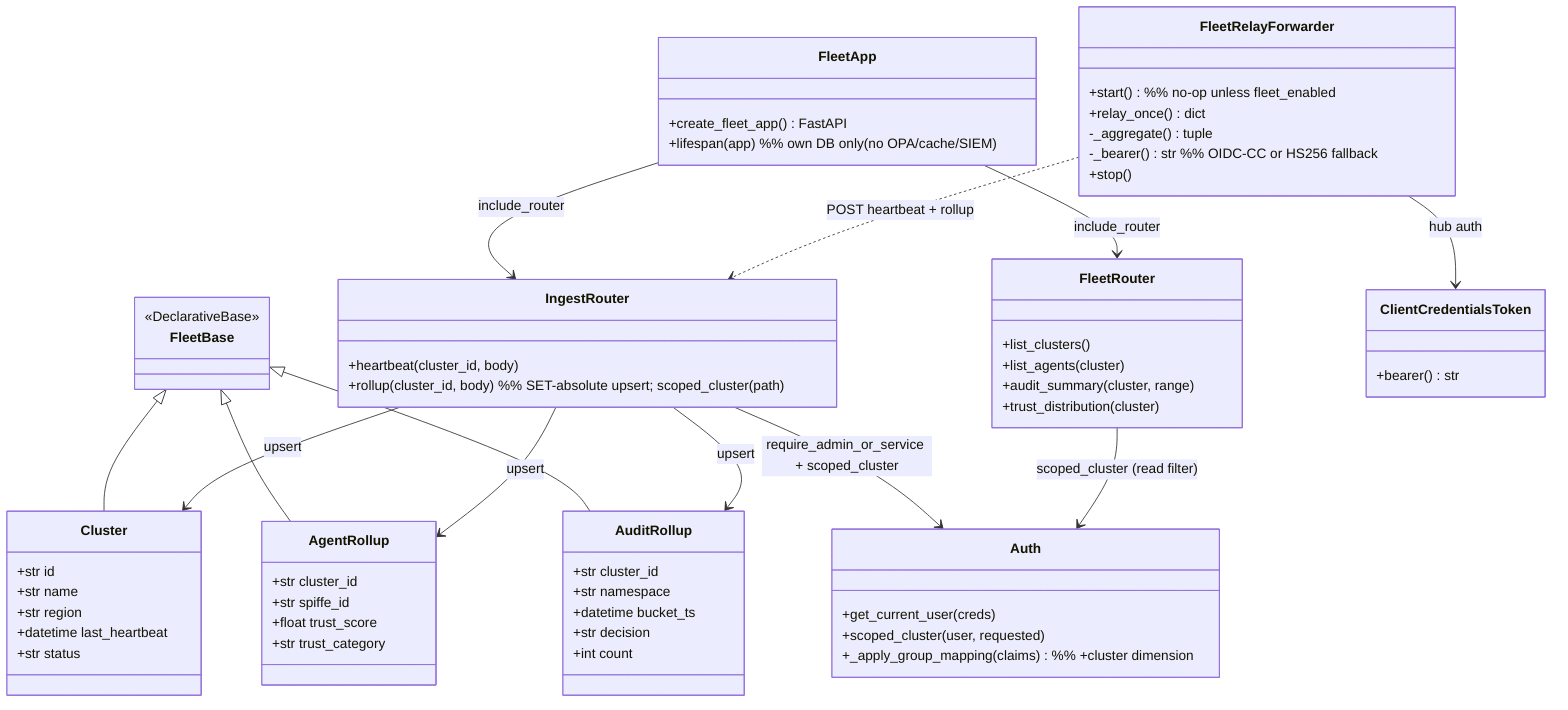
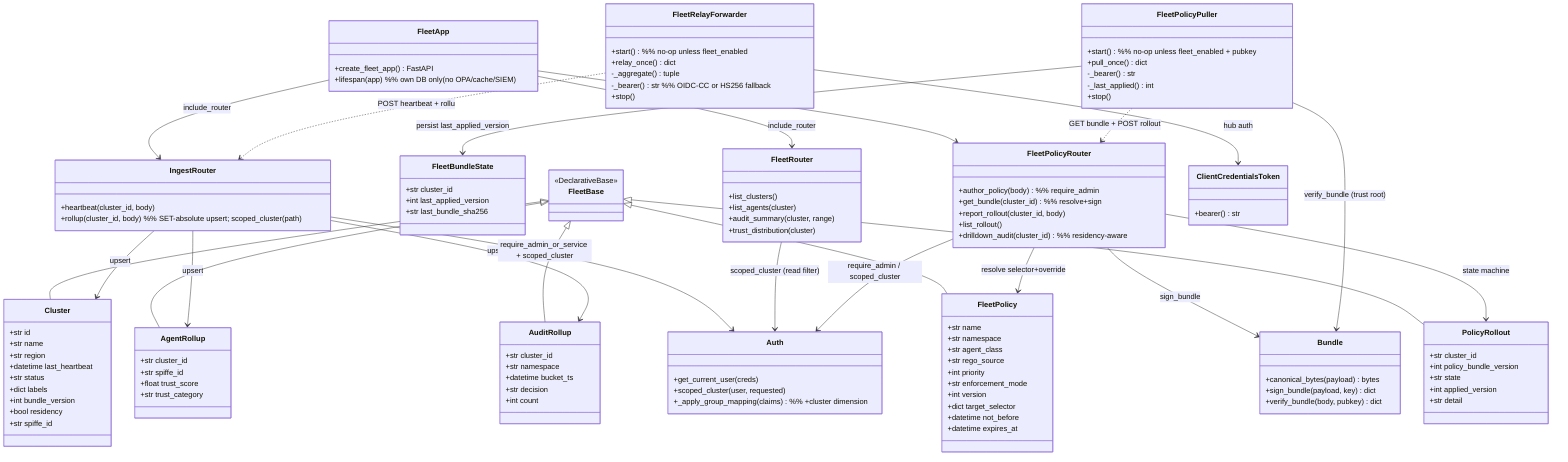
%% SPDX-License-Identifier: Apache-2.0
%% Copyright 2026 Norviq Contributors
%% F045 multi-cluster fleet (P1 read-only). Hub fleet-api over a SEPARATE FleetBase store; each spoke
%% runs an in-process relay that pushes agent+audit rollups. Fleet OFF by default -> single-cluster unaffected.
classDiagram
    class FleetApp {
        +create_fleet_app() FastAPI
        +lifespan(app)  %% own DB only (no OPA/cache/SIEM)
    }
    class FleetBase {
        <<DeclarativeBase>>
    }
    class Cluster {
        +str id
        +str name
        +str region
        +datetime last_heartbeat
        +str status
+         +dict labels
+         +int bundle_version
+         +bool residency
+         +str spiffe_id
+     }
+     class FleetPolicy {
+         +str name
+         +str namespace
+         +str agent_class
+         +str rego_source
+         +int priority
+         +str enforcement_mode
+         +int version
+         +dict target_selector
+         +datetime not_before
+         +datetime expires_at
+     }
+     class PolicyRollout {
+         +str cluster_id
+         +int policy_bundle_version
+         +str state
+         +int applied_version
+         +str detail
+     }
+     class FleetBundleState {
+         +str cluster_id
+         +int last_applied_version
+         +str last_bundle_sha256
+         %% spoke-side Base (not FleetBase)
+     }
+     class Bundle {
+         +canonical_bytes(payload) bytes
+         +sign_bundle(payload, key) dict
+         +verify_bundle(body, pubkey) dict
+     }
+     class FleetPolicyRouter {
+         +author_policy(body)  %% require_admin
+         +get_bundle(cluster_id)  %% resolve+sign
+         +report_rollout(cluster_id, body)
+         +list_rollout()
+         +drilldown_audit(cluster_id)  %% residency-aware
+     }
+     class FleetPolicyPuller {
+         +start()  %% no-op unless fleet_enabled + pubkey
+         +pull_once() dict
+         -_bearer() str
+         -_last_applied() int
+         +stop()
    }
    class AgentRollup {
        +str cluster_id
        +str spiffe_id
        +float trust_score
        +str trust_category
    }
    class AuditRollup {
        +str cluster_id
        +str namespace
        +datetime bucket_ts
        +str decision
        +int count
    }
    class IngestRouter {
        +heartbeat(cluster_id, body)
        +rollup(cluster_id, body)  %% SET-absolute upsert; scoped_cluster(path)
    }
    class FleetRouter {
        +list_clusters()
        +list_agents(cluster)
        +audit_summary(cluster, range)
        +trust_distribution(cluster)
    }
    class FleetRelayForwarder {
        +start()  %% no-op unless fleet_enabled
        +relay_once() dict
        -_aggregate() tuple
        -_bearer() str  %% OIDC-CC or HS256 fallback
        +stop()
    }
    class ClientCredentialsToken {
        +bearer() str
    }
    class Auth {
        +get_current_user(creds)
        +scoped_cluster(user, requested)
        +_apply_group_mapping(claims)  %% +cluster dimension
    }

    FleetApp --> IngestRouter : include_router
    FleetApp --> FleetRouter : include_router
    FleetBase <|-- Cluster
    FleetBase <|-- AgentRollup
    FleetBase <|-- AuditRollup
    IngestRouter --> Cluster : upsert
    IngestRouter --> AgentRollup : upsert
    IngestRouter --> AuditRollup : upsert
    IngestRouter --> Auth : require_admin_or_service + scoped_cluster
    FleetRouter --> Auth : scoped_cluster (read filter)
    FleetRelayForwarder --> ClientCredentialsToken : hub auth
-     FleetRelayForwarder ..> IngestRouter : POST heartbeat + rollup
+     FleetRelayForwarder ..> IngestRouter : POST heartbeat + rollu
+     FleetApp --> FleetPolicyRouter : include_router
+     FleetBase <|-- FleetPolicy
+     FleetBase <|-- PolicyRollout
+     FleetPolicyRouter --> FleetPolicy : resolve selector+override
+     FleetPolicyRouter --> Bundle : sign_bundle
+     FleetPolicyRouter --> PolicyRollout : state machine
+     FleetPolicyRouter --> Auth : require_admin / scoped_cluster
+     FleetPolicyPuller --> Bundle : verify_bundle (trust root)
+     FleetPolicyPuller --> FleetBundleState : persist last_applied_version
+     FleetPolicyPuller ..> FleetPolicyRouter : GET bundle + POST rollout
+ end
